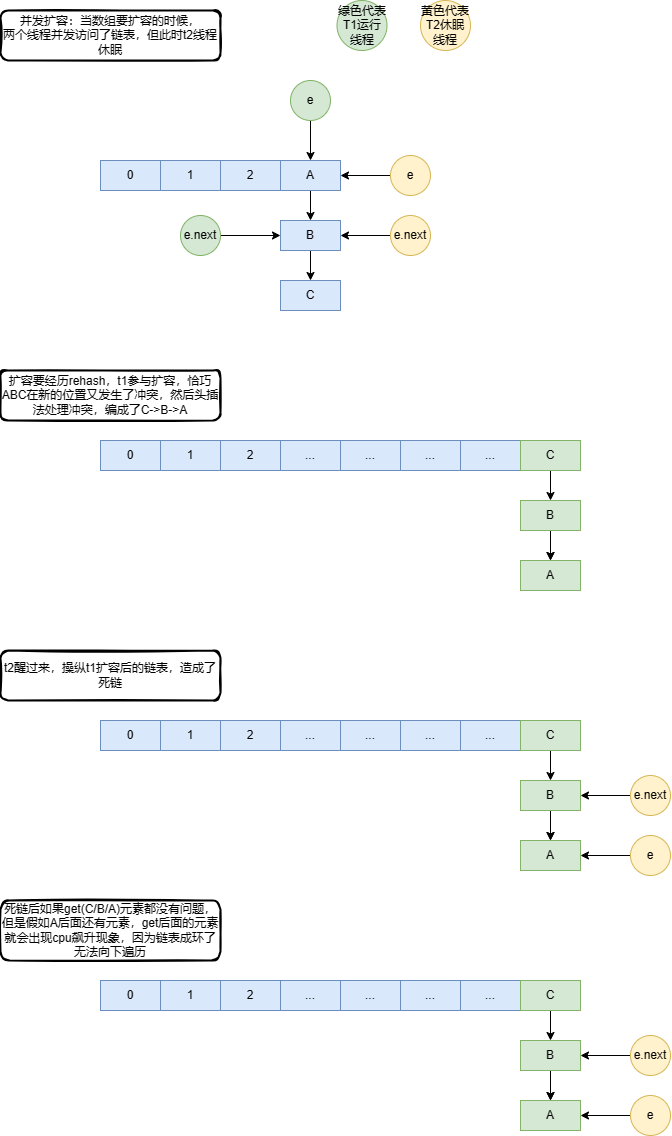
This is HashMap头插法导致并发扩容后的死链问题.drawio.png from lyflexi/draw.io-online, a draw.io export, as it was before one commit. Source tidied: cells renumbered, new cells last; positions are measured from the earlier drawing's top-left corner, leaving out a move shared by most shapes.
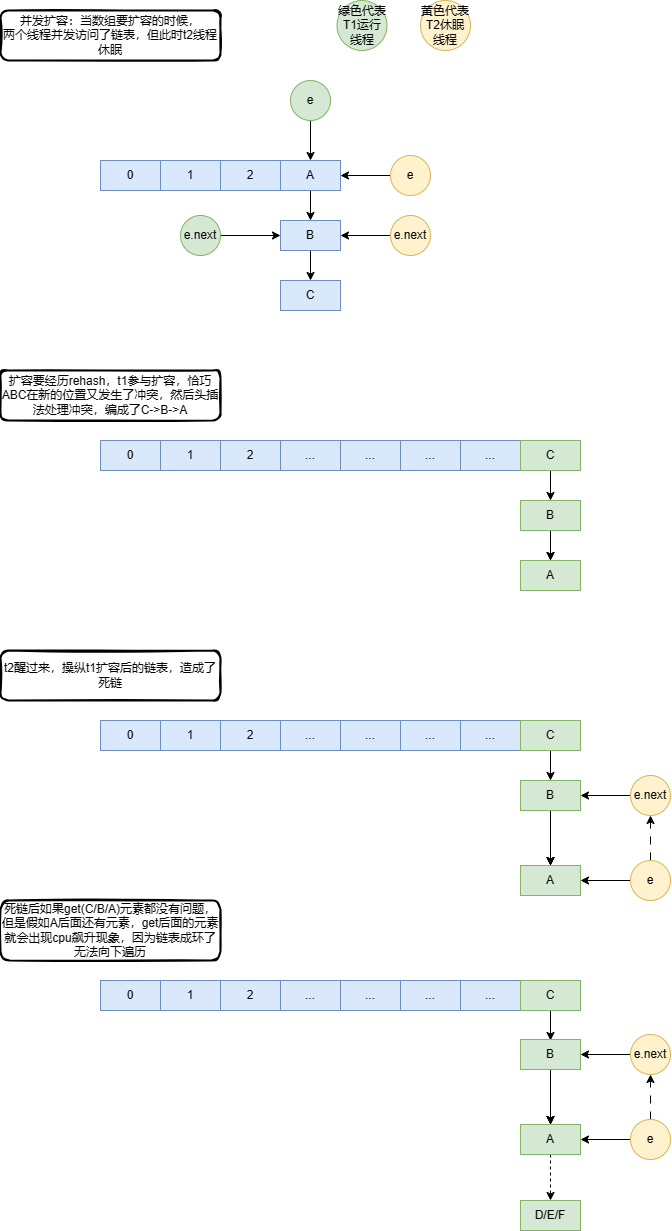
Later version of the same file.

Commit message:
更新HashMap头插法导致并发扩容后的死链问题.drawio.png

Diff of the diagram source:
```diff
@@ -131,11 +131,14 @@
     <mxCell id="44" style="edgeStyle=orthogonalEdgeStyle;rounded=0;jettySize=auto;html=1;" parent="1" edge="1" source="45" target="46">
       <mxGeometry relative="1" as="geometry" />
     </mxCell>
+    <mxCell id="74" style="edgeStyle=orthogonalEdgeStyle;rounded=0;jettySize=auto;html=1;" parent="1" edge="1" source="45" target="46">
+      <mxGeometry relative="1" as="geometry" />
+    </mxCell>
     <mxCell id="45" value="B" style="rounded=0;whiteSpace=wrap;html=1;fillColor=#d5e8d4;strokeColor=#82b366;" parent="1" vertex="1">
       <mxGeometry x="520" y="780" width="60" height="30" as="geometry" />
     </mxCell>
     <mxCell id="46" value="A" style="rounded=0;whiteSpace=wrap;html=1;fillColor=#d5e8d4;strokeColor=#82b366;" parent="1" vertex="1">
-      <mxGeometry x="520" y="840" width="60" height="30" as="geometry" />
+      <mxGeometry x="520" y="865" width="60" height="30" as="geometry" />
     </mxCell>
     <mxCell id="47" value="..." style="rounded=0;whiteSpace=wrap;html=1;fillColor=#dae8fc;strokeColor=#6c8ebf;" parent="1" vertex="1">
       <mxGeometry x="280" y="720" width="60" height="30" as="geometry" />
@@ -151,11 +154,14 @@
     </mxCell>
     <mxCell id="51" style="edgeStyle=orthogonalEdgeStyle;rounded=0;jettySize=auto;html=1;exitX=0;exitY=0.5;exitDx=0;exitDy=0;entryX=1;entryY=0.5;entryDx=0;entryDy=0;" parent="1" edge="1" source="52">
       <mxGeometry relative="1" as="geometry">
-        <mxPoint x="580" y="855" as="targetPoint" />
+        <mxPoint x="580" y="880" as="targetPoint" />
       </mxGeometry>
     </mxCell>
+    <mxCell id="75" style="edgeStyle=orthogonalEdgeStyle;rounded=0;jettySize=auto;html=1;entryX=0.5;entryY=1;entryDx=0;entryDy=0;dashed=1;dashPattern=8 8;" parent="1" edge="1" source="52" target="54">
+      <mxGeometry relative="1" as="geometry" />
+    </mxCell>
     <mxCell id="52" value="e" style="ellipse;whiteSpace=wrap;html=1;fillColor=#fff2cc;strokeColor=#d6b656;" parent="1" vertex="1">
-      <mxGeometry x="630" y="835" width="40" height="40" as="geometry" />
+      <mxGeometry x="630" y="860" width="40" height="40" as="geometry" />
     </mxCell>
     <mxCell id="53" style="edgeStyle=orthogonalEdgeStyle;rounded=0;jettySize=auto;html=1;exitX=0;exitY=0.5;exitDx=0;exitDy=0;entryX=1;entryY=0.5;entryDx=0;entryDy=0;" parent="1" edge="1" source="54">
       <mxGeometry relative="1" as="geometry">
@@ -180,24 +186,14 @@
     <mxCell id="59" value="..." style="rounded=0;whiteSpace=wrap;html=1;fillColor=#dae8fc;strokeColor=#6c8ebf;" parent="1" vertex="1">
       <mxGeometry x="460" y="980" width="60" height="30" as="geometry" />
     </mxCell>
-    <mxCell id="60" style="edgeStyle=orthogonalEdgeStyle;rounded=0;jettySize=auto;html=1;exitX=0.5;exitY=1;exitDx=0;exitDy=0;entryX=0.5;entryY=0;entryDx=0;entryDy=0;" parent="1" edge="1" source="61" target="64">
-      <mxGeometry relative="1" as="geometry" />
+    <mxCell id="60" style="edgeStyle=orthogonalEdgeStyle;rounded=0;jettySize=auto;html=1;exitX=0.5;exitY=1;exitDx=0;exitDy=0;entryX=0.5;entryY=0;entryDx=0;entryDy=0;" parent="1" edge="1" source="61">
+      <mxGeometry relative="1" as="geometry">
+        <mxPoint x="550" y="1040" as="targetPoint" />
+      </mxGeometry>
     </mxCell>
     <mxCell id="61" value="C" style="rounded=0;whiteSpace=wrap;html=1;fillColor=#d5e8d4;strokeColor=#82b366;" parent="1" vertex="1">
       <mxGeometry x="520" y="980" width="60" height="30" as="geometry" />
     </mxCell>
-    <mxCell id="62" style="edgeStyle=orthogonalEdgeStyle;rounded=0;jettySize=auto;html=1;exitX=0.5;exitY=1;exitDx=0;exitDy=0;entryX=0.5;entryY=0;entryDx=0;entryDy=0;" parent="1" edge="1" source="64" target="65">
-      <mxGeometry relative="1" as="geometry" />
-    </mxCell>
-    <mxCell id="63" style="edgeStyle=orthogonalEdgeStyle;rounded=0;jettySize=auto;html=1;" parent="1" edge="1" source="64" target="65">
-      <mxGeometry relative="1" as="geometry" />
-    </mxCell>
-    <mxCell id="64" value="B" style="rounded=0;whiteSpace=wrap;html=1;fillColor=#d5e8d4;strokeColor=#82b366;" parent="1" vertex="1">
-      <mxGeometry x="520" y="1040" width="60" height="30" as="geometry" />
-    </mxCell>
-    <mxCell id="65" value="A" style="rounded=0;whiteSpace=wrap;html=1;fillColor=#d5e8d4;strokeColor=#82b366;" parent="1" vertex="1">
-      <mxGeometry x="520" y="1100" width="60" height="30" as="geometry" />
-    </mxCell>
     <mxCell id="66" value="..." style="rounded=0;whiteSpace=wrap;html=1;fillColor=#dae8fc;strokeColor=#6c8ebf;" parent="1" vertex="1">
       <mxGeometry x="280" y="980" width="60" height="30" as="geometry" />
     </mxCell>
@@ -210,21 +206,45 @@
     <mxCell id="69" style="edgeStyle=orthogonalEdgeStyle;rounded=0;orthogonalLoop=1;jettySize=auto;html=1;exitX=0.5;exitY=1;exitDx=0;exitDy=0;" parent="1" edge="1" source="57" target="57">
       <mxGeometry relative="1" as="geometry" />
     </mxCell>
-    <mxCell id="70" style="edgeStyle=orthogonalEdgeStyle;rounded=0;jettySize=auto;html=1;exitX=0;exitY=0.5;exitDx=0;exitDy=0;entryX=1;entryY=0.5;entryDx=0;entryDy=0;" parent="1" edge="1" source="71">
-      <mxGeometry relative="1" as="geometry">
-        <mxPoint x="580" y="1115" as="targetPoint" />
-      </mxGeometry>
-    </mxCell>
+    <mxCell id="76" style="edgeStyle=orthogonalEdgeStyle;rounded=0;jettySize=auto;html=1;exitX=0.5;exitY=1;exitDx=0;exitDy=0;entryX=0.5;entryY=0;entryDx=0;entryDy=0;" parent="1" edge="1" source="64" target="65">
+      <mxGeometry relative="1" as="geometry" />
+    </mxCell>
+    <mxCell id="77" style="edgeStyle=orthogonalEdgeStyle;rounded=0;jettySize=auto;html=1;" parent="1" edge="1" source="64" target="65">
+      <mxGeometry relative="1" as="geometry" />
+    </mxCell>
+    <mxCell id="78" style="edgeStyle=orthogonalEdgeStyle;rounded=0;jettySize=auto;html=1;" parent="1" edge="1" source="64" target="65">
+      <mxGeometry relative="1" as="geometry" />
+    </mxCell>
+    <mxCell id="64" value="B" style="rounded=0;whiteSpace=wrap;html=1;fillColor=#d5e8d4;strokeColor=#82b366;" parent="1" vertex="1">
+      <mxGeometry x="520" y="1039" width="60" height="30" as="geometry" />
+    </mxCell>
+    <mxCell id="79" style="edgeStyle=orthogonalEdgeStyle;rounded=0;jettySize=auto;html=1;entryX=0.5;entryY=0;entryDx=0;entryDy=0;dashed=1;" parent="1" edge="1" source="65" target="83">
+      <mxGeometry relative="1" as="geometry" />
+    </mxCell>
+    <mxCell id="65" value="A" style="rounded=0;whiteSpace=wrap;html=1;fillColor=#d5e8d4;strokeColor=#82b366;" parent="1" vertex="1">
+      <mxGeometry x="520" y="1124" width="60" height="30" as="geometry" />
+    </mxCell>
+    <mxCell id="80" style="edgeStyle=orthogonalEdgeStyle;rounded=0;jettySize=auto;html=1;exitX=0;exitY=0.5;exitDx=0;exitDy=0;entryX=1;entryY=0.5;entryDx=0;entryDy=0;" parent="1" edge="1" source="71">
+      <mxGeometry relative="1" as="geometry">
+        <mxPoint x="580" y="1139" as="targetPoint" />
+      </mxGeometry>
+    </mxCell>
+    <mxCell id="81" style="edgeStyle=orthogonalEdgeStyle;rounded=0;jettySize=auto;html=1;entryX=0.5;entryY=1;entryDx=0;entryDy=0;dashed=1;dashPattern=8 8;" parent="1" edge="1" source="71" target="73">
+      <mxGeometry relative="1" as="geometry" />
+    </mxCell>
     <mxCell id="71" value="e" style="ellipse;whiteSpace=wrap;html=1;fillColor=#fff2cc;strokeColor=#d6b656;" parent="1" vertex="1">
-      <mxGeometry x="630" y="1095" width="40" height="40" as="geometry" />
+      <mxGeometry x="630" y="1119" width="40" height="40" as="geometry" />
     </mxCell>
-    <mxCell id="72" style="edgeStyle=orthogonalEdgeStyle;rounded=0;jettySize=auto;html=1;exitX=0;exitY=0.5;exitDx=0;exitDy=0;entryX=1;entryY=0.5;entryDx=0;entryDy=0;" parent="1" edge="1" source="73">
-      <mxGeometry relative="1" as="geometry">
-        <mxPoint x="580" y="1055" as="targetPoint" />
-      </mxGeometry>
-    </mxCell>
+    <mxCell id="82" style="edgeStyle=orthogonalEdgeStyle;rounded=0;jettySize=auto;html=1;exitX=0;exitY=0.5;exitDx=0;exitDy=0;entryX=1;entryY=0.5;entryDx=0;entryDy=0;" parent="1" edge="1" source="73">
+      <mxGeometry relative="1" as="geometry">
+        <mxPoint x="580" y="1054" as="targetPoint" />
+      </mxGeometry>
+    </mxCell>
     <mxCell id="73" value="e.next" style="ellipse;whiteSpace=wrap;html=1;fillColor=#fff2cc;strokeColor=#d6b656;" parent="1" vertex="1">
-      <mxGeometry x="630" y="1035" width="40" height="40" as="geometry" />
+      <mxGeometry x="630" y="1034" width="40" height="40" as="geometry" />
     </mxCell>
+    <mxCell id="83" value="D/E/F" style="rounded=0;whiteSpace=wrap;html=1;fillColor=#d5e8d4;strokeColor=#82b366;" parent="1" vertex="1">
+      <mxGeometry x="520" y="1200" width="60" height="30" as="geometry" />
+    </mxCell>
   </root>
 </mxGraphModel>
```
